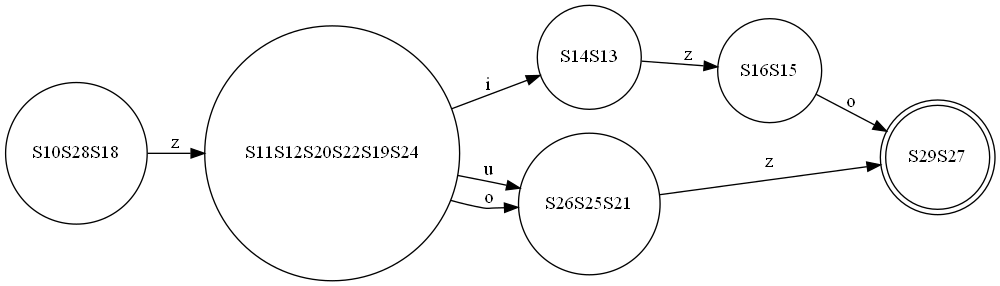
Above: finalCode/test-output/minimizedDFA.gv.png in abdelazizSalah/RegExp_NFA_DFA_DFAMinimization (Graphviz), before the change. Its source is kept beside it as finalCode/test-output/minimizedDFA.gv.
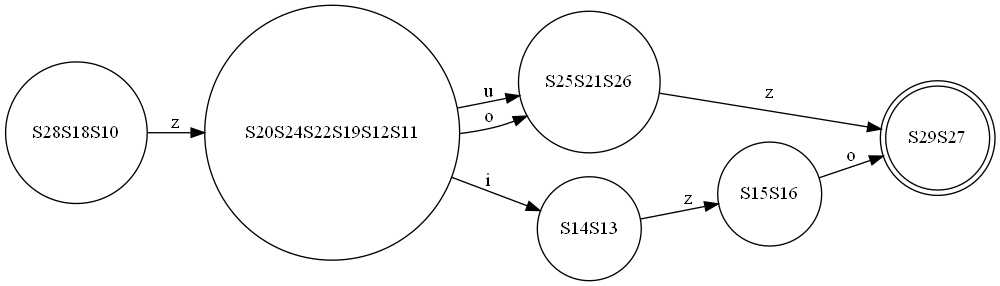
The same file after the commit.

What changed in the source:
```diff
@@ -1,16 +1,16 @@
 digraph {
 	graph [rankdir=LR]
-	S10S28S18 [label=S10S28S18 shape=circle]
-	S10S28S18 -> S11S12S20S22S19S24 [label=z]
+	S28S18S10 [label=S28S18S10 shape=circle]
+	S28S18S10 -> S20S24S22S19S12S11 [label=z]
+	S25S21S26 [label=S25S21S26 shape=circle]
+	S25S21S26 -> S29S27 [label=z]
 	S14S13 [label=S14S13 shape=circle]
-	S14S13 -> S16S15 [label=z]
-	S26S25S21 [label=S26S25S21 shape=circle]
-	S26S25S21 -> S29S27 [label=z]
-	S16S15 [label=S16S15 shape=circle]
-	S16S15 -> S29S27 [label=o]
+	S14S13 -> S15S16 [label=z]
 	S29S27 [label=S29S27 shape=doublecircle]
-	S11S12S20S22S19S24 [label=S11S12S20S22S19S24 shape=circle]
-	S11S12S20S22S19S24 -> S14S13 [label=i]
-	S11S12S20S22S19S24 -> S26S25S21 [label=u]
-	S11S12S20S22S19S24 -> S26S25S21 [label=o]
+	S15S16 [label=S15S16 shape=circle]
+	S15S16 -> S29S27 [label=o]
+	S20S24S22S19S12S11 [label=S20S24S22S19S12S11 shape=circle]
+	S20S24S22S19S12S11 -> S25S21S26 [label=u]
+	S20S24S22S19S12S11 -> S25S21S26 [label=o]
+	S20S24S22S19S12S11 -> S14S13 [label=i]
 }
```
